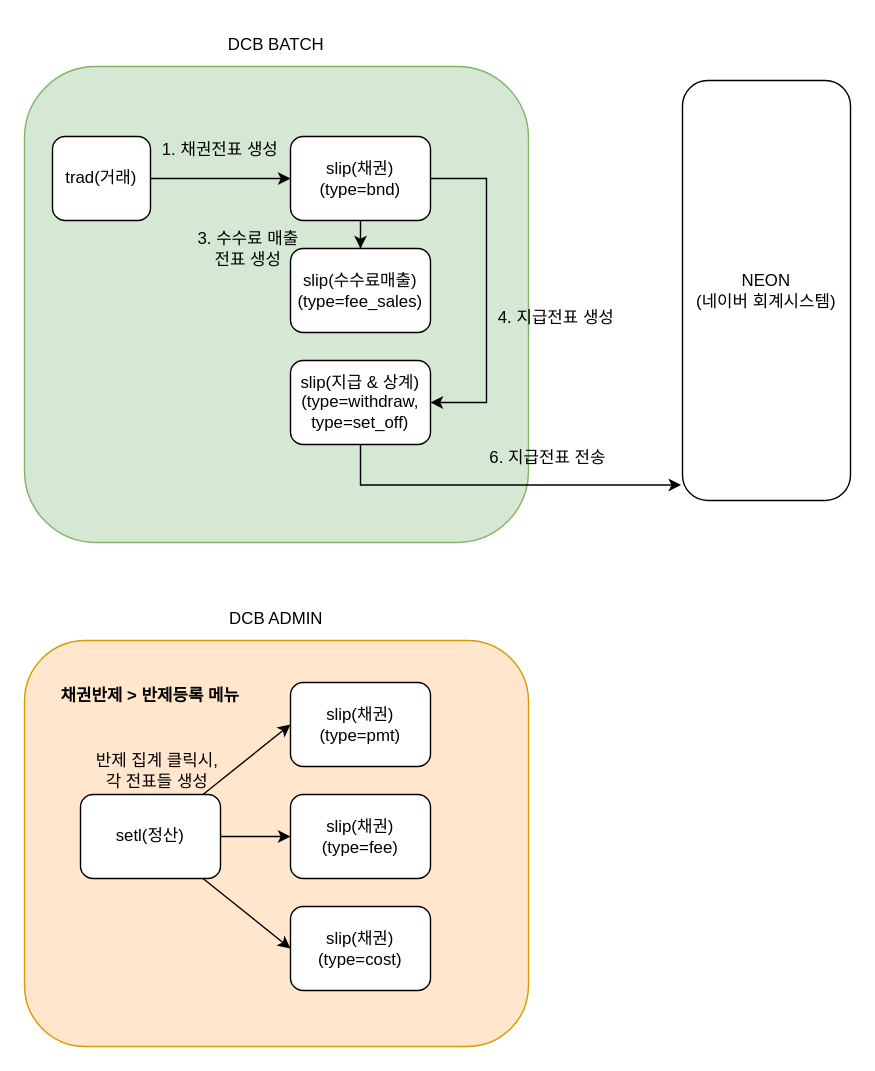
corns90/drawio keeps this draw.io diagram as 정산.drawio. Above is the earlier version. Source tidied: cells renumbered, new cells numbered last; positions are measured from the earlier drawing's top-left corner, leaving out a move shared by most shapes. Both pictures are drawn from the tidied source at 140%, with x=0, y=0 at pixel (24, 24).
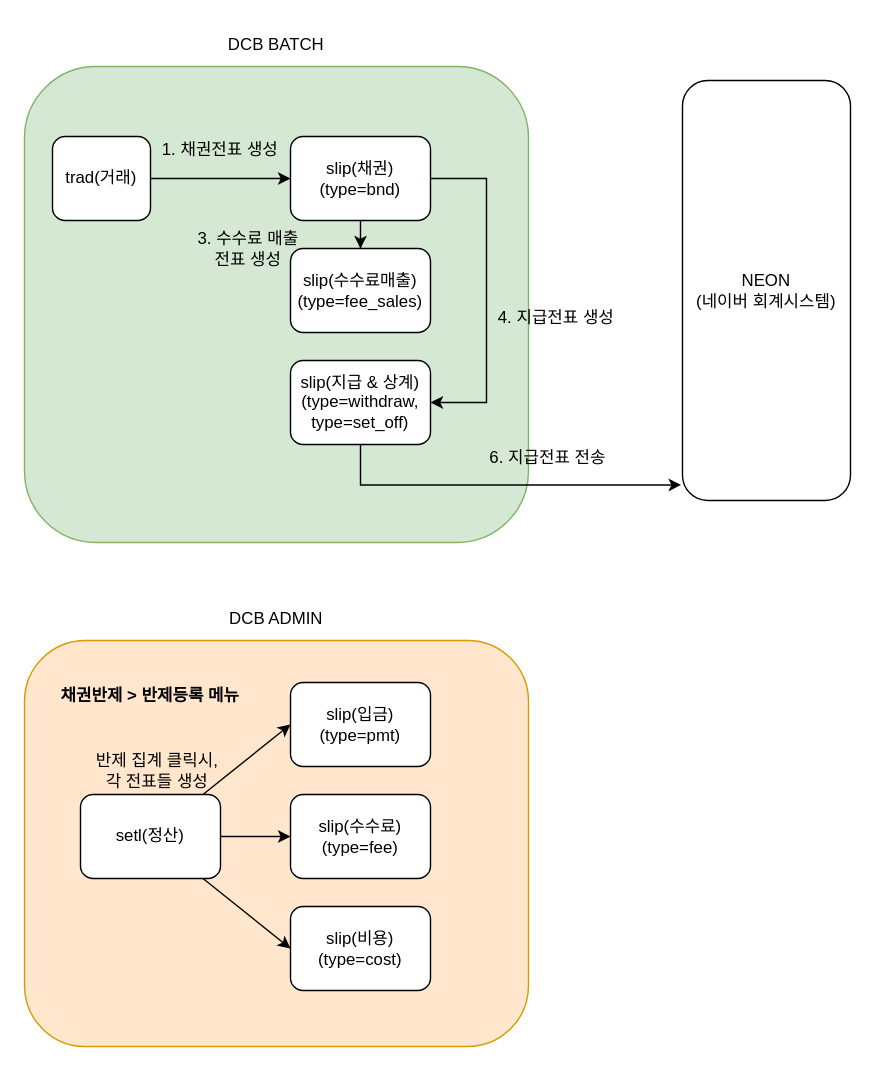
Above is the later version.

Commit message:
정산.drawio 업데이트

The edit, as a diff of the source:
```diff
@@
-    <mxCell id="19" value="slip(채권)&lt;br&gt;(type=pmt)" style="rounded=1;whiteSpace=wrap;html=1;" parent="1" vertex="1">
+    <mxCell id="19" value="slip(입금)&lt;br&gt;(type=pmt)" style="rounded=1;whiteSpace=wrap;html=1;" parent="1" vertex="1">
       <mxGeometry x="190" y="470" width="100" height="60" as="geometry" />
     </mxCell>
-    <mxCell id="20" value="slip(채권)&lt;br&gt;(type=fee)" style="rounded=1;whiteSpace=wrap;html=1;" parent="1" vertex="1">
+    <mxCell id="20" value="slip(수수료)&lt;br&gt;(type=fee)" style="rounded=1;whiteSpace=wrap;html=1;" parent="1" vertex="1">
       <mxGeometry x="190" y="550" width="100" height="60" as="geometry" />
     </mxCell>
-    <mxCell id="21" value="slip(채권)&lt;br&gt;(type=cost)" style="rounded=1;whiteSpace=wrap;html=1;" parent="1" vertex="1">
+    <mxCell id="21" value="slip(비용)&lt;br&gt;(type=cost)" style="rounded=1;whiteSpace=wrap;html=1;" parent="1" vertex="1">
       <mxGeometry x="190" y="630" width="100" height="60" as="geometry" />
     </mxCell>
```
